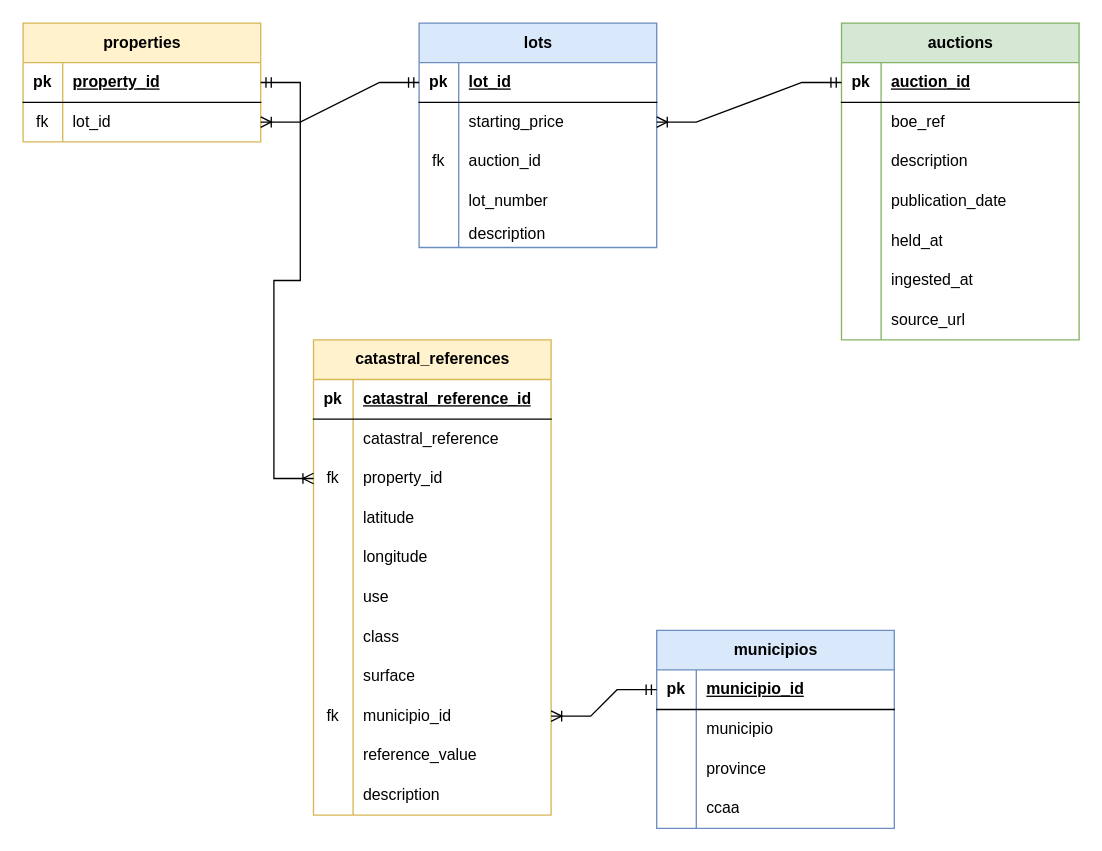
Earlier version of the draw.io diagram data_modeling/silver/OLTP_E-R.drawio (MiguelDonado/subastas_analytics). Source tidied: cells renumbered, new cells numbered last; positions are measured from the earlier drawing's top-left corner, leaving out a move shared by most shapes. Both pictures are drawn from the tidied source at 132%, with x=0, y=0 at pixel (22, 22).
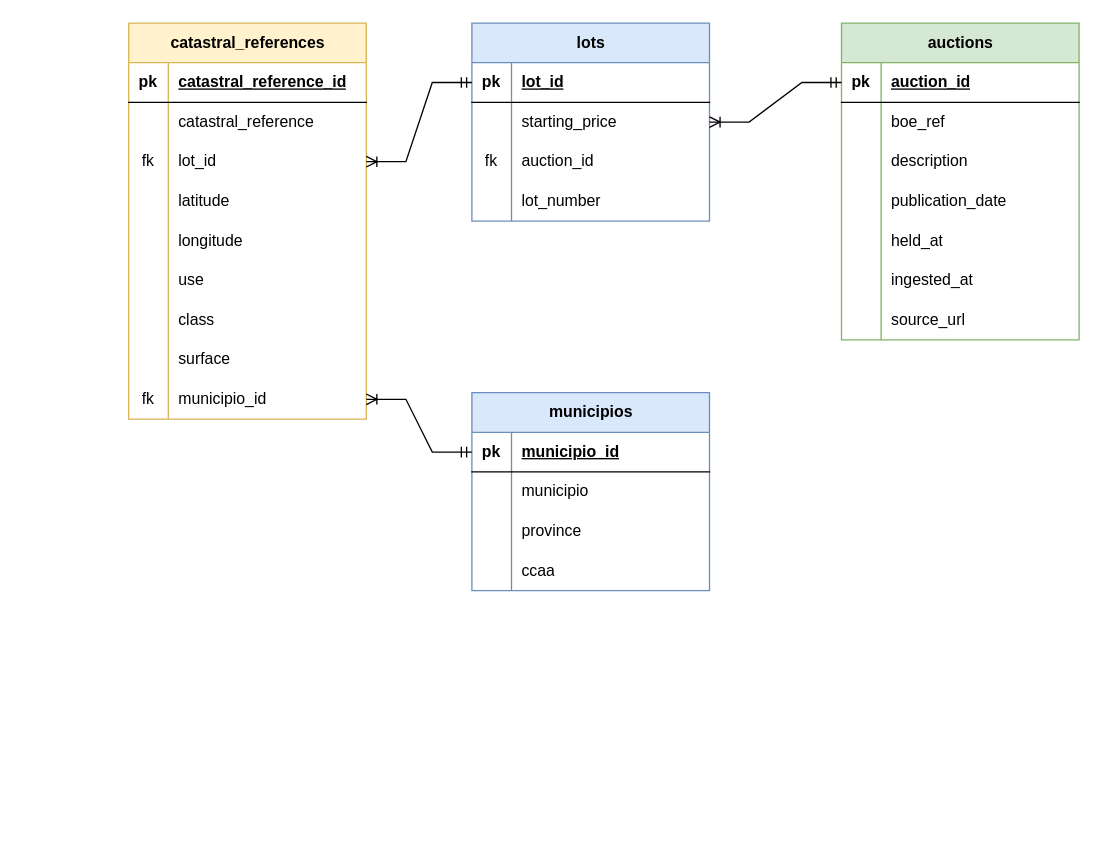
Above is the later version.

The change refers to these unchanged cells:
```xml
<mxCell id="32" style="shape=tableRow;horizontal=0;startSize=0;swimlaneHead=0;swimlaneBody=0;fillColor=none;points=[[0,0.5],[1,0.5]];portConstraint=eastwest;top=0;left=0;right=0;bottom=1;" parent="31" vertex="1">
  <mxGeometry y="30" width="180" height="30" as="geometry" />
</mxCell>
<mxCell id="69" style="shape=tableRow;horizontal=0;startSize=0;swimlaneHead=0;swimlaneBody=0;fillColor=none;points=[[0,0.5],[1,0.5]];portConstraint=eastwest;top=0;left=0;right=0;bottom=0;" parent="62" vertex="1">
  <mxGeometry y="90" width="180" height="30" as="geometry" />
</mxCell>
```

Change to the diagram source:
```diff
@@
-    <mxCell id="2" value="properties" style="shape=table;startSize=30;childLayout=tableLayout;rowLines=0;fontStyle=1;align=center;html=1;fillColor=#fff2cc;strokeColor=#d6b656;" parent="1" vertex="1">
-      <mxGeometry width="180" height="90" as="geometry" />
-    </mxCell>
-    <mxCell id="3" style="shape=tableRow;horizontal=0;startSize=0;swimlaneHead=0;swimlaneBody=0;fillColor=none;top=0;left=0;right=0;bottom=1;" parent="2" vertex="1">
-      <mxGeometry y="30" width="180" height="30" as="geometry" />
-    </mxCell>
-    <mxCell id="4" value="pk" style="shape=partialRectangle;fillColor=none;top=0;left=0;bottom=0;right=0;fontStyle=1;overflow=hidden;whiteSpace=wrap;html=1;" parent="3" vertex="1">
-      <mxGeometry width="30" height="30" as="geometry" />
-    </mxCell>
-    <mxCell id="5" value="property_id" style="shape=partialRectangle;fillColor=none;top=0;left=0;bottom=0;right=0;align=left;spacingLeft=6;fontStyle=5;overflow=hidden;whiteSpace=wrap;html=1;" parent="3" vertex="1">
-      <mxGeometry x="30" width="150" height="30" as="geometry" />
-    </mxCell>
-    <mxCell id="6" style="shape=tableRow;horizontal=0;startSize=0;swimlaneHead=0;swimlaneBody=0;fillColor=none;points=[[0,0.5],[1,0.5]];portConstraint=eastwest;top=0;left=0;right=0;bottom=0;" parent="2" vertex="1">
-      <mxGeometry y="60" width="180" height="30" as="geometry" />
-    </mxCell>
-    <mxCell id="7" value="fk" style="shape=partialRectangle;fillColor=none;top=0;left=0;bottom=0;right=0;overflow=hidden;whiteSpace=wrap;html=1;" parent="6" vertex="1">
-      <mxGeometry width="30" height="30" as="geometry" />
-    </mxCell>
-    <mxCell id="8" value="lot_id" style="shape=partialRectangle;fillColor=none;top=0;left=0;bottom=0;right=0;align=left;spacingLeft=6;overflow=hidden;whiteSpace=wrap;html=1;" parent="6" vertex="1">
-      <mxGeometry x="30" width="150" height="30" as="geometry" />
-    </mxCell>
@@
     <mxCell id="31" value="lots" style="shape=table;startSize=30;childLayout=tableLayout;rowLines=0;fontStyle=1;align=center;html=1;fillColor=#dae8fc;strokeColor=#6c8ebf;" parent="1" vertex="1">
-      <mxGeometry x="300" width="180" height="170" as="geometry" />
+      <mxGeometry x="340" width="180" height="150" as="geometry" />
     </mxCell>
@@
-    <mxCell id="44" style="shape=tableRow;horizontal=0;startSize=0;swimlaneHead=0;swimlaneBody=0;fillColor=none;top=0;left=0;right=0;bottom=0;" parent="31" vertex="1">
-      <mxGeometry y="150" width="180" height="20" as="geometry" />
-    </mxCell>
-    <mxCell id="45" style="shape=partialRectangle;fillColor=none;top=0;left=0;bottom=0;right=0;overflow=hidden;whiteSpace=wrap;html=1;" parent="44" vertex="1">
-      <mxGeometry width="30" height="20" as="geometry" />
-    </mxCell>
-    <mxCell id="46" value="description" style="shape=partialRectangle;fillColor=none;top=0;left=0;bottom=0;right=0;align=left;spacingLeft=6;overflow=hidden;whiteSpace=wrap;html=1;" parent="44" vertex="1">
-      <mxGeometry x="30" width="150" height="20" as="geometry" />
-    </mxCell>
-    <mxCell id="47" style="edgeStyle=entityRelationEdgeStyle;fontSize=12;html=1;endArrow=ERoneToMany;startArrow=ERmandOne;rounded=0;defaultLabelBackgroundColor=page;entryX=1;entryY=0.5;entryDx=0;entryDy=0;exitX=0;exitY=0.5;exitDx=0;exitDy=0;" parent="1" edge="1" source="32" target="6">
-      <mxGeometry x="0.05" relative="1" as="geometry" />
-    </mxCell>
@@
     <mxCell id="49" value="municipios" style="shape=table;startSize=30;childLayout=tableLayout;rowLines=0;fontStyle=1;align=center;html=1;fillColor=#dae8fc;strokeColor=#6c8ebf;" parent="1" vertex="1">
-      <mxGeometry x="480" y="460" width="180" height="150" as="geometry" />
+      <mxGeometry x="340" y="280" width="180" height="150" as="geometry" />
     </mxCell>
@@
     <mxCell id="62" value="catastral_references" style="shape=table;startSize=30;childLayout=tableLayout;rowLines=0;fontStyle=1;align=center;html=1;fillColor=#fff2cc;strokeColor=#d6b656;" parent="1" vertex="1">
-      <mxGeometry x="220" y="240" width="180" height="360" as="geometry" />
+      <mxGeometry x="80" width="180" height="300" as="geometry" />
     </mxCell>
@@
-    <mxCell id="71" value="property_id" style="shape=partialRectangle;fillColor=none;top=0;left=0;bottom=0;right=0;align=left;spacingLeft=6;overflow=hidden;whiteSpace=wrap;html=1;" parent="69" vertex="1">
+    <mxCell id="71" value="lot_id" style="shape=partialRectangle;fillColor=none;top=0;left=0;bottom=0;right=0;align=left;spacingLeft=6;overflow=hidden;whiteSpace=wrap;html=1;" parent="69" vertex="1">
       <mxGeometry x="30" width="150" height="30" as="geometry" />
     </mxCell>
@@
-    <mxCell id="90" style="shape=tableRow;horizontal=0;startSize=0;swimlaneHead=0;swimlaneBody=0;fillColor=none;top=0;left=0;right=0;bottom=0;" parent="62" vertex="1">
-      <mxGeometry y="300" width="180" height="30" as="geometry" />
-    </mxCell>
-    <mxCell id="91" style="shape=partialRectangle;fillColor=none;top=0;left=0;bottom=0;right=0;overflow=hidden;whiteSpace=wrap;html=1;" parent="90" vertex="1">
-      <mxGeometry width="30" height="30" as="geometry" />
-    </mxCell>
-    <mxCell id="92" value="reference_value" style="shape=partialRectangle;fillColor=none;top=0;left=0;bottom=0;right=0;align=left;spacingLeft=6;overflow=hidden;whiteSpace=wrap;html=1;" parent="90" vertex="1">
-      <mxGeometry x="30" width="150" height="30" as="geometry" />
-    </mxCell>
-    <mxCell id="93" style="shape=tableRow;horizontal=0;startSize=0;swimlaneHead=0;swimlaneBody=0;fillColor=none;top=0;left=0;right=0;bottom=0;" parent="62" vertex="1">
-      <mxGeometry y="330" width="180" height="30" as="geometry" />
-    </mxCell>
-    <mxCell id="94" style="shape=partialRectangle;fillColor=none;top=0;left=0;bottom=0;right=0;overflow=hidden;whiteSpace=wrap;html=1;" parent="93" vertex="1">
-      <mxGeometry width="30" height="30" as="geometry" />
-    </mxCell>
-    <mxCell id="95" value="description" style="shape=partialRectangle;fillColor=none;top=0;left=0;bottom=0;right=0;align=left;spacingLeft=6;overflow=hidden;whiteSpace=wrap;html=1;" parent="93" vertex="1">
-      <mxGeometry x="30" width="150" height="30" as="geometry" />
-    </mxCell>
@@
-    <mxCell id="97" style="edgeStyle=entityRelationEdgeStyle;fontSize=12;html=1;endArrow=ERoneToMany;startArrow=ERmandOne;rounded=0;defaultLabelBackgroundColor=page;exitX=1;exitY=0.5;exitDx=0;exitDy=0;entryX=0;entryY=0.5;entryDx=0;entryDy=0;" parent="1" edge="1" source="2" target="69">
+    <mxCell id="97" style="edgeStyle=entityRelationEdgeStyle;fontSize=12;html=1;endArrow=ERoneToMany;startArrow=ERmandOne;rounded=0;defaultLabelBackgroundColor=page;exitX=0;exitY=0.5;exitDx=0;exitDy=0;" parent="1" edge="1" source="32" target="69">
       <mxGeometry x="0.05" relative="1" as="geometry" />
     </mxCell>
```
